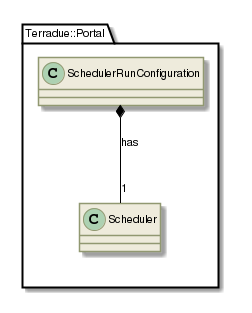
Before: _images/plantuml-0fd4e094e8d027db558d053420be4e7a4614820b.png, a diagram exported from PlantUML (Terradue/doc-tep-geohazards-arch). The source it was exported from:
```plantuml
@startuml

skinparam backgroundColor #FFFFFF


skinparam sequence {

        ActorBorderColor #000000

        ArrowColor #919871
        ArrowFontSize 8
        ArrowFontStyle plain
        ArrowFontName Arial

        LifeLineBorderColor #919871
        LifeLineBackgroundColor #EEEBDC

        ParticipantBorderColor #919871
        ParticipantBackgroundColor #EEEBDC
        ParticipantFontName Arial
        ParticipantFontSize 10
        ParticipantFontColor #000000

        ActorBackgroundColor #EEEBDC
        ActorFontColor #000000
        ActorFontSize 10
        ActorFontName Arial

}

skinparam class {

	ArrowFontColor #000000
	ArrowFontSize 10
	ArrowFontStyle plain
	ArrowFontName Arial

	AttributeFontColor #000000
	AttributeFontSize 10
	AttributeIconSize 11
	AttributeFontStyle plain
	AttributeFontName Arial

	FontColor #000000
	FontSize 11
	FontStyle plain
	FontName Arial

	StereotypeFontColor #000000
	StereotypeFontSize 10
	StereotypeFontStyle plain
	StereotypeFontName Arial

	BackgroundColor #EEEBDC
 	ArrowColor #919871
 	BorderColor #919871

 }

skinparam component {

	FontSize 11
 	BackgroundColor #EEEBDC
 	InterfaceBackgroundColor white
	InterfaceBorderColor black
 	BorderColor #919871
	ArrowColor black
 	ArrowFontColor #777777
 	FontName Arial
 	ArrowFontName Arial



}

skinparam package {
	FontColor black
	FontSize 11
	FontStyle plain
	FontName Arial
}

skinparam state {
	BackgroundColor #EEEBDC
	BorderColor #919871
	ArrowColor  black


	FontColor black
	FontSize 11
	FontStyle plain
	FontName Arial

	ArrowFontColor black
	ArrowFontSize 11
	ArrowFontStyle plain
	ArrowFontName Arial
	AttributeFontColor black
	AttributeFontSize 11
	AttributeFontStyle plain
	AttributeFontName Arial

}

skinparam activity {

	ArrowColor black
	BackgroundColor #EEEBDC
	BorderColor #919871
	StartColor black
	EndColor black
	BarColor #919871

	FontColor black
	FontSize 11
	FontStyle plain
	FontName Arial

	ArrowFontColor black
	ArrowFontSize 11
	ArrowFontStyle plain
	ArrowFontName Arial

}

skinparam usecase {

	BackgroundColor #EEEBDC
 	InterfaceBackgroundColor white
	InterfaceBorderColor black
 	BorderColor #919871
	ArrowColor black
	ActorBorderColor #919871
	ActorFontName Courier

}
skinparam backgroundColor #FFFFFF
skinparam componentStyle uml2
set namespaceSeparator ::
class Terradue::Portal::SchedulerRunConfiguration {
[[../information/classes/class_terradue_1_1_portal_1_1_scheduler_run_configuration.html]]
}
Terradue::Portal::SchedulerRunConfiguration  *-- "1" Terradue::Portal::Scheduler : has

@enduml
```
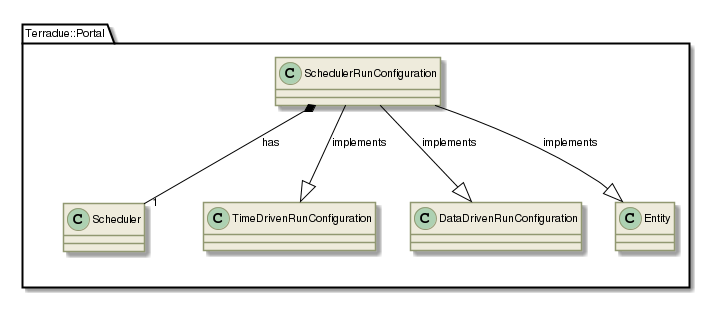
After the commit.

What changed in the source:
```diff
@@ -141,5 +141,8 @@
 [[../information/classes/class_terradue_1_1_portal_1_1_scheduler_run_configuration.html]]
 }
 Terradue::Portal::SchedulerRunConfiguration  *-- "1" Terradue::Portal::Scheduler : has
+Terradue::Portal::SchedulerRunConfiguration  --|>  Terradue::Portal::TimeDrivenRunConfiguration : implements
+Terradue::Portal::SchedulerRunConfiguration  --|>  Terradue::Portal::DataDrivenRunConfiguration : implements
+Terradue::Portal::SchedulerRunConfiguration  --|>  Terradue::Portal::Entity : implements
 
 @enduml
```
